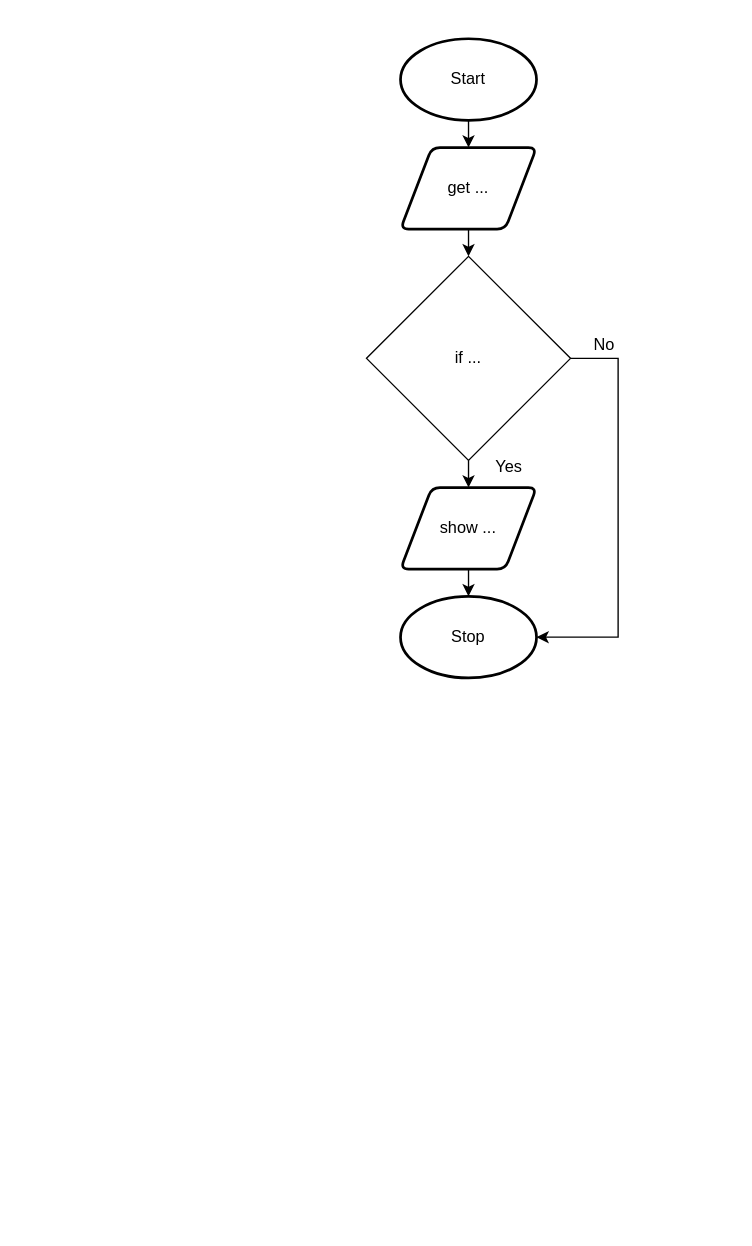
Earlier version of the draw.io diagram drawio/flowchart/flowchart.drawio (Aidan-Lalonde-Novales/ICS3U-Unit4-01-Python). Source tidied: cells renumbered, new cells numbered last; positions are measured from the earlier drawing's top-left corner, leaving out a move shared by most shapes. Both pictures are drawn from the tidied source at 136%, with x=0, y=0 at pixel (366, 38).
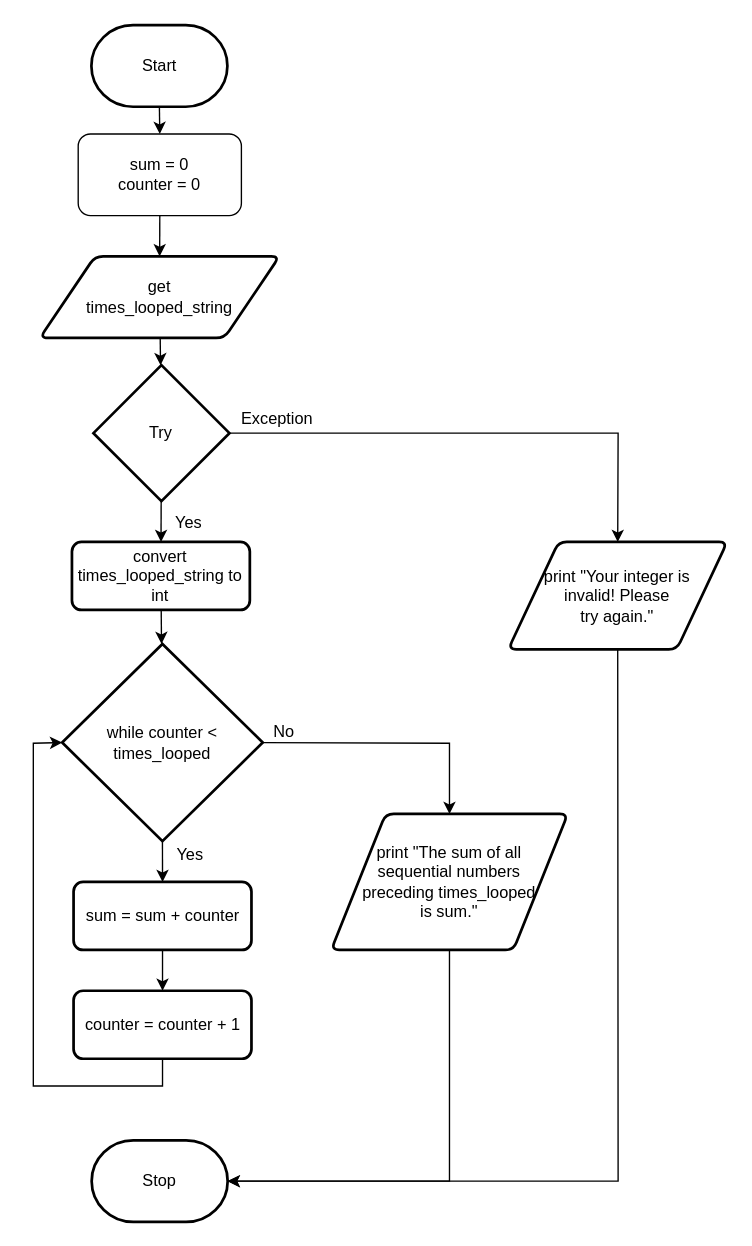
Above is the later version.

What changed in the source:
```diff
@@
-    <mxCell id="2" style="edgeStyle=none;html=1;exitX=0.5;exitY=1;exitDx=0;exitDy=0;exitPerimeter=0;entryX=0.5;entryY=0;entryDx=0;entryDy=0;" parent="1" edge="1" source="3" target="5">
-      <mxGeometry relative="1" as="geometry" />
-    </mxCell>
+    <mxCell id="14" style="edgeStyle=none;rounded=0;html=1;exitX=0.5;exitY=1;exitDx=0;exitDy=0;exitPerimeter=0;entryX=0.5;entryY=0;entryDx=0;entryDy=0;" parent="1" edge="1" source="3" target="37">
+      <mxGeometry relative="1" as="geometry" />
+    </mxCell>
-    <mxCell id="3" value="Start" style="strokeWidth=2;html=1;shape=mxgraph.flowchart.start_1;whiteSpace=wrap;" parent="1" vertex="1">
-      <mxGeometry x="25" width="100" height="60" as="geometry" />
+    <mxCell id="3" value="Start" style="strokeWidth=2;html=1;shape=mxgraph.flowchart.terminator;whiteSpace=wrap;" parent="1" vertex="1">
+      <mxGeometry x="-202.3" y="-10" width="100" height="60" as="geometry" />
     </mxCell>
-    <mxCell id="4" style="edgeStyle=none;html=1;exitX=0.5;exitY=1;exitDx=0;exitDy=0;entryX=0.5;entryY=0;entryDx=0;entryDy=0;" parent="1" edge="1" source="5">
-      <mxGeometry relative="1" as="geometry">
-        <mxPoint x="75" y="160" as="targetPoint" />
-      </mxGeometry>
-    </mxCell>
-    <mxCell id="5" value="get ..." style="shape=parallelogram;html=1;strokeWidth=2;perimeter=parallelogramPerimeter;whiteSpace=wrap;rounded=1;arcSize=12;size=0.23;" parent="1" vertex="1">
-      <mxGeometry x="25" y="80" width="100" height="60" as="geometry" />
-    </mxCell>
-    <mxCell id="6" style="edgeStyle=none;html=1;exitX=0.5;exitY=1;exitDx=0;exitDy=0;entryX=0.5;entryY=0;entryDx=0;entryDy=0;entryPerimeter=0;" parent="1" edge="1" source="7" target="8">
-      <mxGeometry relative="1" as="geometry" />
-    </mxCell>
-    <mxCell id="7" value="show ..." style="shape=parallelogram;html=1;strokeWidth=2;perimeter=parallelogramPerimeter;whiteSpace=wrap;rounded=1;arcSize=12;size=0.23;" parent="1" vertex="1">
-      <mxGeometry x="25" y="330" width="100" height="60" as="geometry" />
-    </mxCell>
+    <mxCell id="15" style="edgeStyle=none;rounded=0;html=1;" parent="1" edge="1" source="16" target="24">
+      <mxGeometry relative="1" as="geometry" />
+    </mxCell>
+    <mxCell id="16" value="get&lt;br&gt;times_looped_string" style="shape=parallelogram;html=1;strokeWidth=2;perimeter=parallelogramPerimeter;whiteSpace=wrap;rounded=1;arcSize=12;size=0.23;" parent="1" vertex="1">
+      <mxGeometry x="-240.2" y="160" width="176.2" height="60" as="geometry" />
+    </mxCell>
-    <mxCell id="8" value="Stop" style="strokeWidth=2;html=1;shape=mxgraph.flowchart.start_1;whiteSpace=wrap;" parent="1" vertex="1">
-      <mxGeometry x="25" y="410" width="100" height="60" as="geometry" />
+    <mxCell id="8" value="Stop" style="strokeWidth=2;html=1;shape=mxgraph.flowchart.terminator;whiteSpace=wrap;" parent="1" vertex="1">
+      <mxGeometry x="-202.1" y="810" width="100" height="60" as="geometry" />
     </mxCell>
-    <mxCell id="9" style="edgeStyle=none;html=1;exitX=0.5;exitY=1;exitDx=0;exitDy=0;entryX=0.5;entryY=0;entryDx=0;entryDy=0;" parent="1" edge="1" source="11" target="7">
-      <mxGeometry relative="1" as="geometry" />
-    </mxCell>
-    <mxCell id="10" style="edgeStyle=none;html=1;exitX=1;exitY=0.5;exitDx=0;exitDy=0;entryX=1;entryY=0.5;entryDx=0;entryDy=0;entryPerimeter=0;rounded=0;" parent="1" edge="1" source="11" target="8">
-      <mxGeometry relative="1" as="geometry">
-        <Array as="points">
-          <mxPoint x="185" y="235" />
-          <mxPoint x="185" y="440" />
-        </Array>
-      </mxGeometry>
-    </mxCell>
-    <mxCell id="11" value="if ..." style="rhombus;whiteSpace=wrap;html=1;" parent="1" vertex="1">
-      <mxGeometry y="160" width="150" height="150" as="geometry" />
-    </mxCell>
-    <mxCell id="12" value="Yes" style="text;html=1;strokeColor=none;fillColor=none;align=center;verticalAlign=middle;whiteSpace=wrap;rounded=0;" parent="1" vertex="1">
-      <mxGeometry x="75" y="300" width="60" height="30" as="geometry" />
-    </mxCell>
+    <mxCell id="17" style="edgeStyle=none;rounded=0;html=1;exitX=1;exitY=0.5;exitDx=0;exitDy=0;exitPerimeter=0;entryX=0.5;entryY=0;entryDx=0;entryDy=0;" parent="1" edge="1" source="19" target="30">
+      <mxGeometry relative="1" as="geometry">
+        <Array as="points">
+          <mxPoint x="61" y="518" />
+        </Array>
+      </mxGeometry>
+    </mxCell>
+    <mxCell id="18" style="edgeStyle=none;html=1;exitX=0.5;exitY=1;exitDx=0;exitDy=0;exitPerimeter=0;entryX=0.5;entryY=0;entryDx=0;entryDy=0;" parent="1" edge="1" source="19" target="33">
+      <mxGeometry relative="1" as="geometry" />
+    </mxCell>
+    <mxCell id="19" value="while counter &amp;lt; times_looped" style="strokeWidth=2;html=1;shape=mxgraph.flowchart.decision;whiteSpace=wrap;" parent="1" vertex="1">
+      <mxGeometry x="-223.8" y="445" width="147.5" height="145" as="geometry" />
+    </mxCell>
+    <mxCell id="20" style="edgeStyle=none;rounded=0;html=1;entryX=1;entryY=0.5;entryDx=0;entryDy=0;entryPerimeter=0;exitX=0.5;exitY=1;exitDx=0;exitDy=0;" parent="1" edge="1" source="21" target="8">
+      <mxGeometry relative="1" as="geometry">
+        <Array as="points">
+          <mxPoint x="185" y="840" />
+        </Array>
+      </mxGeometry>
+    </mxCell>
+    <mxCell id="21" value="print &quot;Your integer is&lt;br&gt;invalid! Please &lt;br&gt;try again.&quot;" style="shape=parallelogram;html=1;strokeWidth=2;perimeter=parallelogramPerimeter;whiteSpace=wrap;rounded=1;arcSize=12;size=0.23;" parent="1" vertex="1">
+      <mxGeometry x="104.2" y="370" width="161" height="79" as="geometry" />
+    </mxCell>
+    <mxCell id="22" style="edgeStyle=none;html=1;entryX=0.5;entryY=0;entryDx=0;entryDy=0;rounded=0;" parent="1" edge="1" source="24" target="21">
+      <mxGeometry relative="1" as="geometry">
+        <Array as="points">
+          <mxPoint x="185" y="290" />
+        </Array>
+      </mxGeometry>
+    </mxCell>
+    <mxCell id="23" style="edgeStyle=none;rounded=0;html=1;" parent="1" edge="1" source="24" target="28">
+      <mxGeometry relative="1" as="geometry" />
+    </mxCell>
+    <mxCell id="24" value="Try" style="strokeWidth=2;html=1;shape=mxgraph.flowchart.decision;whiteSpace=wrap;" parent="1" vertex="1">
+      <mxGeometry x="-200.8" y="240" width="100" height="100" as="geometry" />
+    </mxCell>
+    <mxCell id="25" value="Yes&lt;br&gt;" style="text;html=1;align=center;verticalAlign=middle;strokeColor=none;fillColor=none;" parent="1" vertex="1">
+      <mxGeometry x="-149.8" y="590" width="40" height="20" as="geometry" />
+    </mxCell>
+    <mxCell id="26" value="Exception" style="text;html=1;align=center;verticalAlign=middle;strokeColor=none;fillColor=none;" parent="1" vertex="1">
+      <mxGeometry x="-100.8" y="270" width="70" height="20" as="geometry" />
+    </mxCell>
+    <mxCell id="27" style="edgeStyle=none;rounded=0;html=1;" parent="1" edge="1" source="28" target="19">
+      <mxGeometry relative="1" as="geometry" />
+    </mxCell>
+    <mxCell id="28" value="&lt;span&gt;convert times_looped_string to int&lt;/span&gt;" style="rounded=1;whiteSpace=wrap;html=1;absoluteArcSize=1;arcSize=14;strokeWidth=2;" parent="1" vertex="1">
+      <mxGeometry x="-216.6" y="370" width="130.8" height="50" as="geometry" />
+    </mxCell>
+    <mxCell id="29" style="edgeStyle=none;rounded=0;html=1;exitX=0.5;exitY=1;exitDx=0;exitDy=0;entryX=1;entryY=0.5;entryDx=0;entryDy=0;entryPerimeter=0;" parent="1" edge="1" source="30" target="8">
+      <mxGeometry relative="1" as="geometry">
+        <Array as="points">
+          <mxPoint x="61" y="840" />
+        </Array>
+      </mxGeometry>
+    </mxCell>
+    <mxCell id="30" value="print &quot;The sum of all &lt;br&gt;sequential numbers &lt;br&gt;preceding times_looped &lt;br&gt;is sum.&quot;" style="shape=parallelogram;html=1;strokeWidth=2;perimeter=parallelogramPerimeter;whiteSpace=wrap;rounded=1;arcSize=12;size=0.23;" parent="1" vertex="1">
+      <mxGeometry x="-26" y="570" width="174" height="100" as="geometry" />
+    </mxCell>
-    <mxCell id="13" value="No" style="text;html=1;strokeColor=none;fillColor=none;align=center;verticalAlign=middle;whiteSpace=wrap;rounded=0;" parent="1" vertex="1">
-      <mxGeometry x="145" y="210" width="60" height="30" as="geometry" />
+    <mxCell id="13" value="No" style="text;html=1;align=center;verticalAlign=middle;strokeColor=none;fillColor=none;" parent="1" vertex="1">
+      <mxGeometry x="-76.2" y="500" width="30" height="20" as="geometry" />
     </mxCell>
+    <mxCell id="31" value="Yes&lt;br&gt;" style="text;html=1;align=center;verticalAlign=middle;strokeColor=none;fillColor=none;" parent="1" vertex="1">
+      <mxGeometry x="-150.8" y="346" width="40" height="20" as="geometry" />
+    </mxCell>
+    <mxCell id="32" style="edgeStyle=none;html=1;exitX=0.5;exitY=1;exitDx=0;exitDy=0;entryX=0.5;entryY=0;entryDx=0;entryDy=0;" parent="1" edge="1" source="33" target="35">
+      <mxGeometry relative="1" as="geometry" />
+    </mxCell>
+    <mxCell id="33" value="sum = sum + counter" style="rounded=1;whiteSpace=wrap;html=1;absoluteArcSize=1;arcSize=14;strokeWidth=2;" parent="1" vertex="1">
+      <mxGeometry x="-215.4" y="620" width="130.8" height="50" as="geometry" />
+    </mxCell>
+    <mxCell id="34" style="edgeStyle=none;html=1;exitX=0.5;exitY=1;exitDx=0;exitDy=0;entryX=0;entryY=0.5;entryDx=0;entryDy=0;entryPerimeter=0;rounded=0;" parent="1" edge="1" source="35" target="19">
+      <mxGeometry relative="1" as="geometry">
+        <Array as="points">
+          <mxPoint x="-150" y="770" />
+          <mxPoint x="-245" y="770" />
+          <mxPoint x="-245" y="518" />
+        </Array>
+      </mxGeometry>
+    </mxCell>
+    <mxCell id="35" value="counter = counter + 1" style="rounded=1;whiteSpace=wrap;html=1;absoluteArcSize=1;arcSize=14;strokeWidth=2;" parent="1" vertex="1">
+      <mxGeometry x="-215.4" y="700" width="130.8" height="50" as="geometry" />
+    </mxCell>
+    <mxCell id="36" style="edgeStyle=none;rounded=0;html=1;exitX=0.5;exitY=1;exitDx=0;exitDy=0;entryX=0.5;entryY=0;entryDx=0;entryDy=0;" parent="1" edge="1" source="37" target="16">
+      <mxGeometry relative="1" as="geometry" />
+    </mxCell>
+    <mxCell id="37" value="sum = 0&lt;br&gt;counter = 0" style="rounded=1;whiteSpace=wrap;html=1;" parent="1" vertex="1">
+      <mxGeometry x="-212" y="70" width="120" height="60" as="geometry" />
+    </mxCell>
```
